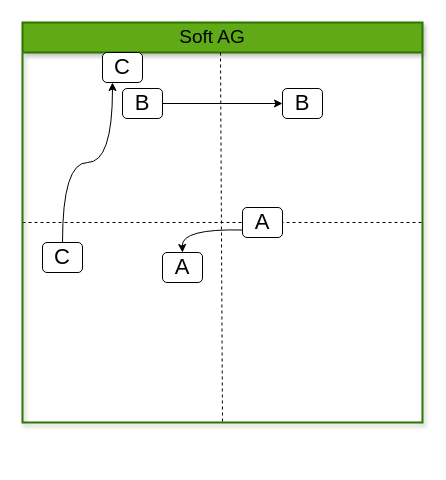
3Dietrich/HA keeps this draw.io diagram as 192Aufgabe2.drawio.xml. Above is the earlier version. Source tidied: cells renumbered, new cells numbered last; positions are measured from the earlier drawing's top-left corner, leaving out a move shared by most shapes. Both pictures are drawn from the tidied source at 100%, with x=0, y=0 at pixel (22, 22).
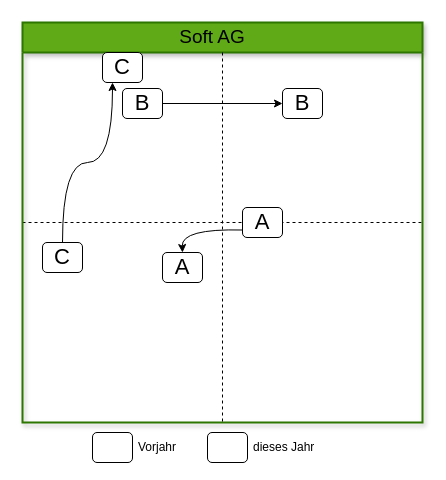
The same page after the edit.

The change refers to these unchanged cells:
```xml
<mxCell id="3" style="swimlane;startSize=30;fillStyle=solid;swimlaneFillColor=none;fillColor=#60a917;fontColor=#ffffff;strokeColor=#2D7600;rounded=0;shadow=1;strokeWidth=2;" parent="1" vertex="1">
  <mxGeometry width="400" height="400" as="geometry" />
</mxCell>
```

The edit, as a diff of the source:
```diff
@@
     <mxCell id="14" style="endArrow=none;html=1;rounded=0;entryX=0.5;entryY=1;entryDx=0;entryDy=0;dashed=1;" parent="1" edge="1" target="3">
       <mxGeometry relative="1" as="geometry">
-        <mxPoint x="198" y="30" as="sourcePoint" />
+        <mxPoint x="200" y="30" as="sourcePoint" />
       </mxGeometry>
     </mxCell>
+    <mxCell id="15" style="rounded=1;whiteSpace=wrap;html=1;fillStyle=auto;strokeColor=light-dark(#000000,#00FFFF);" parent="1" vertex="1">
+      <mxGeometry x="70" y="410" width="40" height="30" as="geometry" />
+    </mxCell>
+    <mxCell id="16" value="Vorjahr" style="text;strokeColor=none;fillColor=none;align=left;verticalAlign=middle;spacingLeft=4;spacingRight=4;overflow=hidden;whiteSpace=wrap;html=1;" parent="1" vertex="1">
+      <mxGeometry x="110" y="415" width="50" height="20" as="geometry" />
+    </mxCell>
+    <mxCell id="17" style="rounded=1;whiteSpace=wrap;html=1;fillStyle=auto;strokeColor=light-dark(#000000,#FFFF00);" parent="1" vertex="1">
+      <mxGeometry x="185" y="410" width="40" height="30" as="geometry" />
+    </mxCell>
+    <mxCell id="18" value="dieses Jahr" style="text;strokeColor=none;fillColor=none;align=left;verticalAlign=middle;spacingLeft=4;spacingRight=4;overflow=hidden;whiteSpace=wrap;html=1;" parent="1" vertex="1">
+      <mxGeometry x="225" y="415" width="80" height="20" as="geometry" />
+    </mxCell>
```
